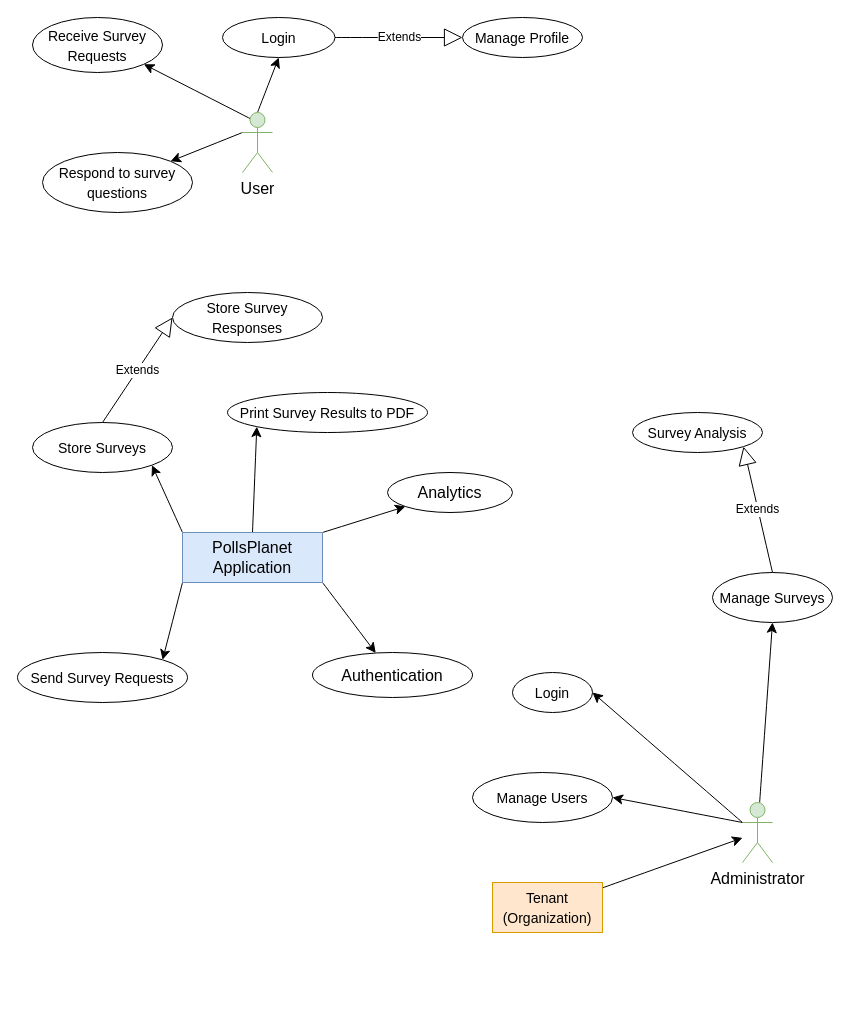
Earlier version of the draw.io diagram diagrams/UML.drawio (GitBap/PollsPlanet). Source tidied: cells renumbered, new cells numbered last; positions are measured from the earlier drawing's top-left corner, leaving out a move shared by most shapes. Both pictures are drawn from the tidied source at 100%, with x=0, y=0 at pixel (17, 17).
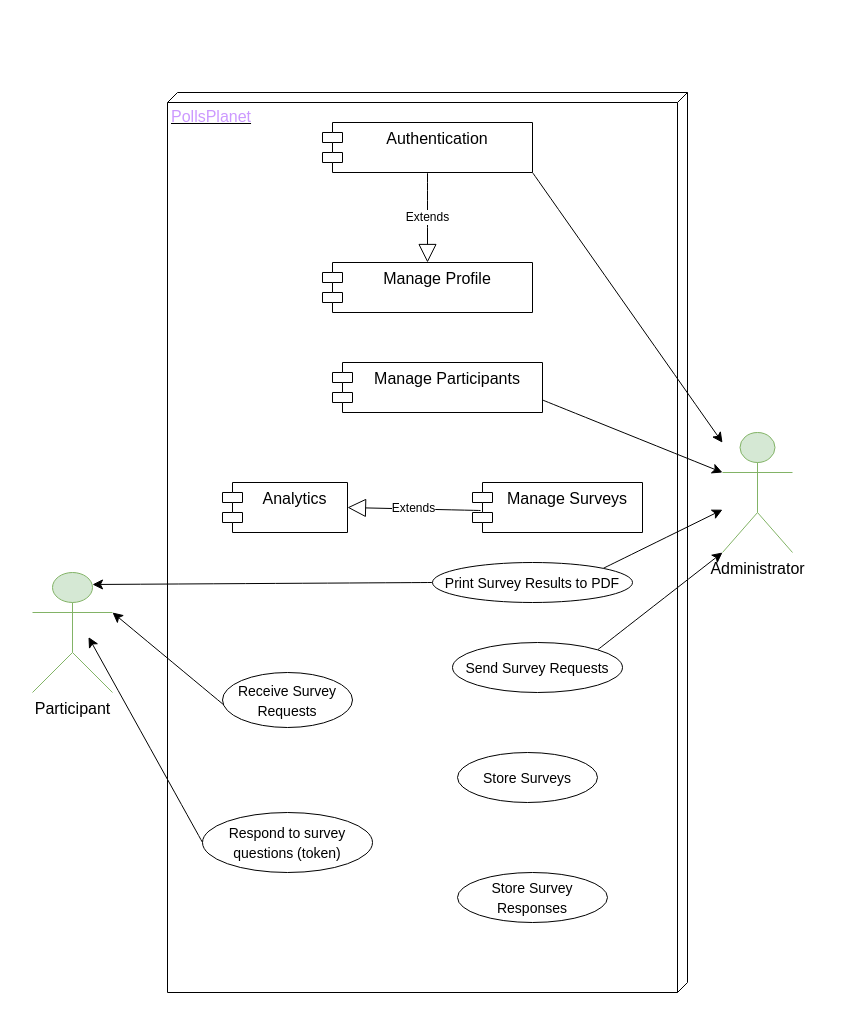
The same page after the edit.

Diff of the diagram source:
```diff
@@
-    <mxCell id="2" style="edgeStyle=none;curved=1;rounded=0;jettySize=auto;html=1;exitX=0.5;exitY=0;exitDx=0;exitDy=0;exitPerimeter=0;entryX=0.5;entryY=1;entryDx=0;entryDy=0;fontSize=12;startSize=8;endSize=8;" parent="1" edge="1" source="5" target="10">
-      <mxGeometry relative="1" as="geometry" />
-    </mxCell>
-    <mxCell id="3" style="edgeStyle=none;curved=1;rounded=0;jettySize=auto;html=1;exitX=0.25;exitY=0.1;exitDx=0;exitDy=0;exitPerimeter=0;entryX=1;entryY=1;entryDx=0;entryDy=0;fontSize=12;startSize=8;endSize=8;" parent="1" edge="1" source="5" target="13">
-      <mxGeometry relative="1" as="geometry" />
-    </mxCell>
-    <mxCell id="4" style="edgeStyle=none;curved=1;rounded=0;jettySize=auto;html=1;exitX=0;exitY=0.3333333333333333;exitDx=0;exitDy=0;exitPerimeter=0;entryX=1;entryY=0;entryDx=0;entryDy=0;fontSize=12;startSize=8;endSize=8;" parent="1" edge="1" source="5" target="21">
-      <mxGeometry relative="1" as="geometry" />
-    </mxCell>
-    <mxCell id="5" value="User" style="shape=umlActor;verticalLabelPosition=bottom;verticalAlign=top;html=1;fontSize=16;fillColor=#d5e8d4;strokeColor=#82b366;" parent="1" vertex="1">
-      <mxGeometry x="225" y="95" width="30" height="60" as="geometry" />
+    <mxCell id="5" value="Participant" style="shape=umlActor;verticalLabelPosition=bottom;verticalAlign=top;html=1;fontSize=16;fillColor=#d5e8d4;strokeColor=#82b366;" parent="1" vertex="1">
+      <mxGeometry x="15" y="555" width="80" height="120" as="geometry" />
     </mxCell>
-    <mxCell id="6" style="edgeStyle=none;curved=1;rounded=0;jettySize=auto;html=1;exitX=0;exitY=0.3333333333333333;exitDx=0;exitDy=0;exitPerimeter=0;entryX=1;entryY=0.5;entryDx=0;entryDy=0;fontSize=12;startSize=8;endSize=8;" parent="1" edge="1" source="9" target="11">
-      <mxGeometry relative="1" as="geometry" />
-    </mxCell>
-    <mxCell id="7" style="edgeStyle=none;curved=1;rounded=0;jettySize=auto;html=1;fontSize=12;startSize=8;endSize=8;entryX=0.5;entryY=1;entryDx=0;entryDy=0;" parent="1" edge="1" source="9" target="14">
-      <mxGeometry relative="1" as="geometry" />
-    </mxCell>
-    <mxCell id="8" style="edgeStyle=none;curved=1;rounded=0;jettySize=auto;html=1;exitX=0;exitY=0.3333333333333333;exitDx=0;exitDy=0;exitPerimeter=0;fontSize=12;startSize=8;endSize=8;entryX=1;entryY=0.5;entryDx=0;entryDy=0;" parent="1" edge="1" source="9" target="25">
-      <mxGeometry relative="1" as="geometry" />
-    </mxCell>
     <mxCell id="9" value="Administrator" style="shape=umlActor;verticalLabelPosition=bottom;verticalAlign=top;html=1;fontSize=16;fillColor=#d5e8d4;strokeColor=#82b366;" parent="1" vertex="1">
-      <mxGeometry x="725" y="785" width="30" height="60" as="geometry" />
+      <mxGeometry x="705" y="415" width="70" height="120" as="geometry" />
     </mxCell>
-    <mxCell id="10" value="&lt;font style=&quot;font-size: 14px;&quot;&gt;Login&lt;/font&gt;" style="ellipse;whiteSpace=wrap;html=1;fontSize=16;" parent="1" vertex="1">
-      <mxGeometry x="205" width="112.5" height="40" as="geometry" />
-    </mxCell>
-    <mxCell id="11" value="&lt;font style=&quot;font-size: 14px;&quot;&gt;Login&lt;/font&gt;" style="ellipse;whiteSpace=wrap;html=1;fontSize=16;" parent="1" vertex="1">
-      <mxGeometry x="495" y="655" width="80" height="40" as="geometry" />
-    </mxCell>
-    <mxCell id="12" value="&lt;font style=&quot;font-size: 14px;&quot;&gt;Survey Analysis&lt;/font&gt;" style="ellipse;whiteSpace=wrap;html=1;fontSize=16;" parent="1" vertex="1">
-      <mxGeometry x="615" y="395" width="130" height="40" as="geometry" />
-    </mxCell>
+    <mxCell id="35" value="&lt;font color=&quot;#cc99ff&quot;&gt;PollsPlanet&lt;/font&gt;" style="verticalAlign=top;align=left;spacingTop=8;spacingLeft=2;spacingRight=12;shape=cube;size=10;direction=south;fontStyle=4;html=1;whiteSpace=wrap;fontSize=16;" parent="1" vertex="1">
+      <mxGeometry x="150" y="75" width="520" height="900" as="geometry" />
+    </mxCell>
+    <mxCell id="36" style="edgeStyle=none;curved=1;rounded=0;jettySize=auto;html=1;exitX=1;exitY=1;exitDx=0;exitDy=0;fontSize=12;startSize=8;endSize=8;" parent="1" edge="1" source="33" target="9">
+      <mxGeometry relative="1" as="geometry" />
+    </mxCell>
+    <mxCell id="33" value="Authentication" style="shape=module;align=center;spacingLeft=20;align=center;verticalAlign=top;whiteSpace=wrap;html=1;fontSize=16;" parent="1" vertex="1">
+      <mxGeometry x="305" y="105" width="210" height="50" as="geometry" />
+    </mxCell>
+    <mxCell id="26" value="Manage Profile" style="shape=module;align=center;spacingLeft=20;align=center;verticalAlign=top;whiteSpace=wrap;html=1;fontSize=16;" parent="1" vertex="1">
+      <mxGeometry x="305" y="245" width="210" height="50" as="geometry" />
+    </mxCell>
+    <mxCell id="34" value="Analytics" style="shape=module;align=center;spacingLeft=20;align=center;verticalAlign=top;whiteSpace=wrap;html=1;fontSize=16;" parent="1" vertex="1">
+      <mxGeometry x="205" y="465" width="125" height="50" as="geometry" />
+    </mxCell>
+    <mxCell id="37" value="Extends" style="endArrow=block;endSize=16;endFill=0;html=1;rounded=0;fontSize=12;curved=1;exitX=0.5;exitY=1;exitDx=0;exitDy=0;entryX=0.5;entryY=0;entryDx=0;entryDy=0;" parent="1" edge="1" source="33" target="26">
+      <mxGeometry relative="1" as="geometry" />
+    </mxCell>
+    <mxCell id="38" style="edgeStyle=none;curved=1;rounded=0;jettySize=auto;html=1;exitX=1;exitY=0.75;exitDx=0;exitDy=0;entryX=0;entryY=0.3333333333333333;entryDx=0;entryDy=0;entryPerimeter=0;fontSize=12;startSize=8;endSize=8;" parent="1" edge="1" source="39" target="9">
+      <mxGeometry relative="1" as="geometry" />
+    </mxCell>
+    <mxCell id="39" value="Manage Participants" style="shape=module;align=center;spacingLeft=20;align=center;verticalAlign=top;whiteSpace=wrap;html=1;fontSize=16;" parent="1" vertex="1">
+      <mxGeometry x="315" y="345" width="210" height="50" as="geometry" />
+    </mxCell>
+    <mxCell id="14" value="Manage Surveys" style="shape=module;align=center;spacingLeft=20;align=center;verticalAlign=top;whiteSpace=wrap;html=1;fontSize=16;" parent="1" vertex="1">
+      <mxGeometry x="455" y="465" width="170" height="50" as="geometry" />
+    </mxCell>
+    <mxCell id="40" style="edgeStyle=none;curved=1;rounded=0;jettySize=auto;html=1;exitX=0;exitY=1;exitDx=0;exitDy=0;entryX=1;entryY=0.3333333333333333;entryDx=0;entryDy=0;entryPerimeter=0;fontSize=12;startSize=8;endSize=8;" parent="1" edge="1" source="13" target="5">
+      <mxGeometry relative="1" as="geometry" />
+    </mxCell>
     <mxCell id="13" value="&lt;font style=&quot;font-size: 14px;&quot;&gt;Receive Survey Requests&lt;/font&gt;" style="ellipse;whiteSpace=wrap;html=1;fontSize=16;" parent="1" vertex="1">
-      <mxGeometry x="15" width="130" height="55" as="geometry" />
+      <mxGeometry x="205" y="655" width="130" height="55" as="geometry" />
     </mxCell>
-    <mxCell id="14" value="&lt;font style=&quot;font-size: 14px;&quot;&gt;Manage Surveys&lt;/font&gt;" style="ellipse;whiteSpace=wrap;html=1;fontSize=16;" parent="1" vertex="1">
-      <mxGeometry x="695" y="555" width="120" height="50" as="geometry" />
-    </mxCell>
-    <mxCell id="15" style="edgeStyle=none;curved=1;rounded=0;jettySize=auto;html=1;exitX=0;exitY=0;exitDx=0;exitDy=0;entryX=1;entryY=1;entryDx=0;entryDy=0;fontSize=12;startSize=8;endSize=8;" parent="1" edge="1" source="20" target="24">
-      <mxGeometry relative="1" as="geometry" />
-    </mxCell>
-    <mxCell id="16" style="edgeStyle=none;curved=1;rounded=0;jettySize=auto;html=1;exitX=0;exitY=1;exitDx=0;exitDy=0;entryX=1;entryY=0;entryDx=0;entryDy=0;fontSize=12;startSize=8;endSize=8;" parent="1" edge="1" source="20" target="29">
-      <mxGeometry relative="1" as="geometry" />
-    </mxCell>
-    <mxCell id="17" style="edgeStyle=none;curved=1;rounded=0;jettySize=auto;html=1;exitX=1;exitY=1;exitDx=0;exitDy=0;fontSize=12;startSize=8;endSize=8;" parent="1" edge="1" source="20" target="33">
-      <mxGeometry relative="1" as="geometry" />
-    </mxCell>
-    <mxCell id="18" style="edgeStyle=none;curved=1;rounded=0;jettySize=auto;html=1;exitX=1;exitY=0;exitDx=0;exitDy=0;fontSize=12;startSize=8;endSize=8;" parent="1" edge="1" source="20" target="34">
-      <mxGeometry relative="1" as="geometry" />
-    </mxCell>
-    <mxCell id="19" style="edgeStyle=none;curved=1;rounded=0;jettySize=auto;html=1;exitX=0.5;exitY=0;exitDx=0;exitDy=0;entryX=0;entryY=1;entryDx=0;entryDy=0;fontSize=12;startSize=8;endSize=8;" parent="1" edge="1" source="20" target="32">
-      <mxGeometry relative="1" as="geometry" />
-    </mxCell>
-    <mxCell id="20" value="PollsPlanet Application" style="html=1;whiteSpace=wrap;fontSize=16;fillColor=#dae8fc;strokeColor=#6c8ebf;" parent="1" vertex="1">
-      <mxGeometry x="165" y="515" width="140" height="50" as="geometry" />
-    </mxCell>
+    <mxCell id="41" style="edgeStyle=none;curved=1;rounded=0;jettySize=auto;html=1;exitX=1;exitY=0;exitDx=0;exitDy=0;fontSize=12;startSize=8;endSize=8;entryX=0;entryY=1;entryDx=0;entryDy=0;entryPerimeter=0;" parent="1" edge="1" source="29" target="9">
+      <mxGeometry relative="1" as="geometry" />
+    </mxCell>
+    <mxCell id="29" value="&lt;font style=&quot;font-size: 14px;&quot;&gt;Send Survey Requests&lt;/font&gt;" style="ellipse;whiteSpace=wrap;html=1;fontSize=16;" parent="1" vertex="1">
+      <mxGeometry x="435" y="625" width="170" height="50" as="geometry" />
+    </mxCell>
+    <mxCell id="42" style="edgeStyle=none;curved=1;rounded=0;jettySize=auto;html=1;exitX=0;exitY=0.5;exitDx=0;exitDy=0;entryX=0.75;entryY=0.1;entryDx=0;entryDy=0;entryPerimeter=0;fontSize=12;startSize=8;endSize=8;" parent="1" edge="1" source="32" target="5">
+      <mxGeometry relative="1" as="geometry" />
+    </mxCell>
+    <mxCell id="43" style="edgeStyle=none;curved=1;rounded=0;jettySize=auto;html=1;exitX=1;exitY=0;exitDx=0;exitDy=0;fontSize=12;startSize=8;endSize=8;" parent="1" edge="1" source="32" target="9">
+      <mxGeometry relative="1" as="geometry" />
+    </mxCell>
+    <mxCell id="32" value="&lt;span style=&quot;font-size: 14px;&quot;&gt;Print Survey Results to PDF&lt;/span&gt;" style="ellipse;whiteSpace=wrap;html=1;fontSize=16;" parent="1" vertex="1">
+      <mxGeometry x="415" y="545" width="200" height="40" as="geometry" />
+    </mxCell>
+    <mxCell id="44" style="edgeStyle=none;curved=1;rounded=0;jettySize=auto;html=1;exitX=0;exitY=0.5;exitDx=0;exitDy=0;fontSize=12;startSize=8;endSize=8;entryX=0.7;entryY=0.538;entryDx=0;entryDy=0;entryPerimeter=0;" parent="1" edge="1" source="21" target="5">
+      <mxGeometry relative="1" as="geometry" />
+    </mxCell>
-    <mxCell id="21" value="&lt;font style=&quot;font-size: 14px;&quot;&gt;Respond to survey questions&lt;/font&gt;" style="ellipse;whiteSpace=wrap;html=1;fontSize=16;" parent="1" vertex="1">
-      <mxGeometry x="25" y="135" width="150" height="60" as="geometry" />
+    <mxCell id="21" value="&lt;font style=&quot;font-size: 14px;&quot;&gt;Respond to survey questions (token)&lt;/font&gt;" style="ellipse;whiteSpace=wrap;html=1;fontSize=16;" parent="1" vertex="1">
+      <mxGeometry x="185" y="795" width="170" height="60" as="geometry" />
     </mxCell>
-    <mxCell id="22" style="edgeStyle=none;curved=1;rounded=0;jettySize=auto;html=1;fontSize=12;startSize=8;endSize=8;" parent="1" edge="1" source="23" target="9">
-      <mxGeometry relative="1" as="geometry" />
-    </mxCell>
-    <mxCell id="23" value="&lt;font style=&quot;font-size: 14px;&quot;&gt;Tenant (Organization)&lt;/font&gt;" style="html=1;whiteSpace=wrap;fontSize=16;fillColor=#ffe6cc;strokeColor=#d79b00;" parent="1" vertex="1">
-      <mxGeometry x="475" y="865" width="110" height="50" as="geometry" />
-    </mxCell>
+    <mxCell id="31" value="&lt;span style=&quot;font-size: 14px;&quot;&gt;Store Survey Responses&lt;/span&gt;" style="ellipse;whiteSpace=wrap;html=1;fontSize=16;" parent="1" vertex="1">
+      <mxGeometry x="440" y="855" width="150" height="50" as="geometry" />
+    </mxCell>
     <mxCell id="24" value="&lt;font style=&quot;font-size: 14px;&quot;&gt;Store Surveys&lt;/font&gt;" style="ellipse;whiteSpace=wrap;html=1;fontSize=16;" parent="1" vertex="1">
-      <mxGeometry x="15" y="405" width="140" height="50" as="geometry" />
+      <mxGeometry x="440" y="735" width="140" height="50" as="geometry" />
     </mxCell>
-    <mxCell id="25" value="&lt;font style=&quot;font-size: 14px;&quot;&gt;Manage Users&lt;/font&gt;" style="ellipse;whiteSpace=wrap;html=1;fontSize=16;" parent="1" vertex="1">
-      <mxGeometry x="455" y="755" width="140" height="50" as="geometry" />
-    </mxCell>
-    <mxCell id="26" value="&lt;font style=&quot;font-size: 14px;&quot;&gt;Manage Profile&lt;/font&gt;" style="ellipse;whiteSpace=wrap;html=1;fontSize=16;" parent="1" vertex="1">
-      <mxGeometry x="445" width="120" height="40" as="geometry" />
-    </mxCell>
-    <mxCell id="27" value="Extends" style="endArrow=block;endSize=16;endFill=0;html=1;rounded=0;fontSize=12;curved=1;exitX=1;exitY=0.5;exitDx=0;exitDy=0;entryX=0;entryY=0.5;entryDx=0;entryDy=0;" parent="1" edge="1" source="10" target="26">
-      <mxGeometry relative="1" as="geometry" />
-    </mxCell>
-    <mxCell id="28" value="Extends" style="endArrow=block;endSize=16;endFill=0;html=1;rounded=0;fontSize=12;curved=1;exitX=0.5;exitY=0;exitDx=0;exitDy=0;entryX=1;entryY=1;entryDx=0;entryDy=0;" parent="1" edge="1" source="14" target="12">
+    <mxCell id="28" value="Extends" style="endArrow=block;endSize=16;endFill=0;html=1;rounded=0;fontSize=12;curved=1;exitX=0.047;exitY=0.56;exitDx=0;exitDy=0;entryX=1;entryY=0.5;entryDx=0;entryDy=0;exitPerimeter=0;" parent="1" edge="1" source="14" target="34">
       <mxGeometry relative="1" as="geometry" />
     </mxCell>
-    <mxCell id="29" value="&lt;font style=&quot;font-size: 14px;&quot;&gt;Send Survey Requests&lt;/font&gt;" style="ellipse;whiteSpace=wrap;html=1;fontSize=16;" parent="1" vertex="1">
-      <mxGeometry y="635" width="170" height="50" as="geometry" />
-    </mxCell>
-    <mxCell id="30" value="Extends" style="endArrow=block;endSize=16;endFill=0;html=1;rounded=0;fontSize=12;curved=1;exitX=0.5;exitY=0;exitDx=0;exitDy=0;entryX=0;entryY=0.5;entryDx=0;entryDy=0;" parent="1" edge="1" source="24" target="31">
-      <mxGeometry relative="1" as="geometry" />
-    </mxCell>
-    <mxCell id="31" value="&lt;span style=&quot;font-size: 14px;&quot;&gt;Store Survey Responses&lt;/span&gt;" style="ellipse;whiteSpace=wrap;html=1;fontSize=16;" parent="1" vertex="1">
-      <mxGeometry x="155" y="275" width="150" height="50" as="geometry" />
-    </mxCell>
-    <mxCell id="32" value="&lt;span style=&quot;font-size: 14px;&quot;&gt;Print Survey Results to PDF&lt;/span&gt;" style="ellipse;whiteSpace=wrap;html=1;fontSize=16;" parent="1" vertex="1">
-      <mxGeometry x="210" y="375" width="200" height="40" as="geometry" />
-    </mxCell>
-    <mxCell id="33" value="Authentication" style="ellipse;whiteSpace=wrap;html=1;fontSize=16;" parent="1" vertex="1">
-      <mxGeometry x="295" y="635" width="160" height="45" as="geometry" />
-    </mxCell>
-    <mxCell id="34" value="Analytics" style="ellipse;whiteSpace=wrap;html=1;fontSize=16;" parent="1" vertex="1">
-      <mxGeometry x="370" y="455" width="125" height="40" as="geometry" />
-    </mxCell>
```
